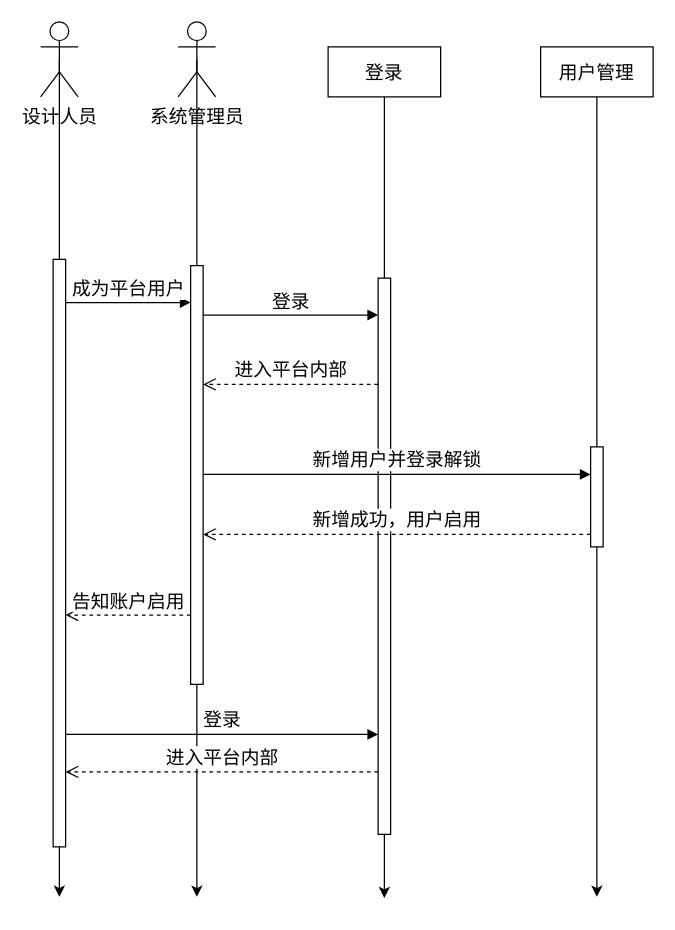
yuxinyu12345/diagrams keeps this draw.io diagram as 设计人员成为系统用户时序图.drawio. Above is the earlier version. Source tidied: cells renumbered, new cells numbered last; positions are measured from the earlier drawing's top-left corner, leaving out a move shared by most shapes. Both pictures are drawn from the tidied source at 125%, with x=0, y=0 at pixel (40, 21).
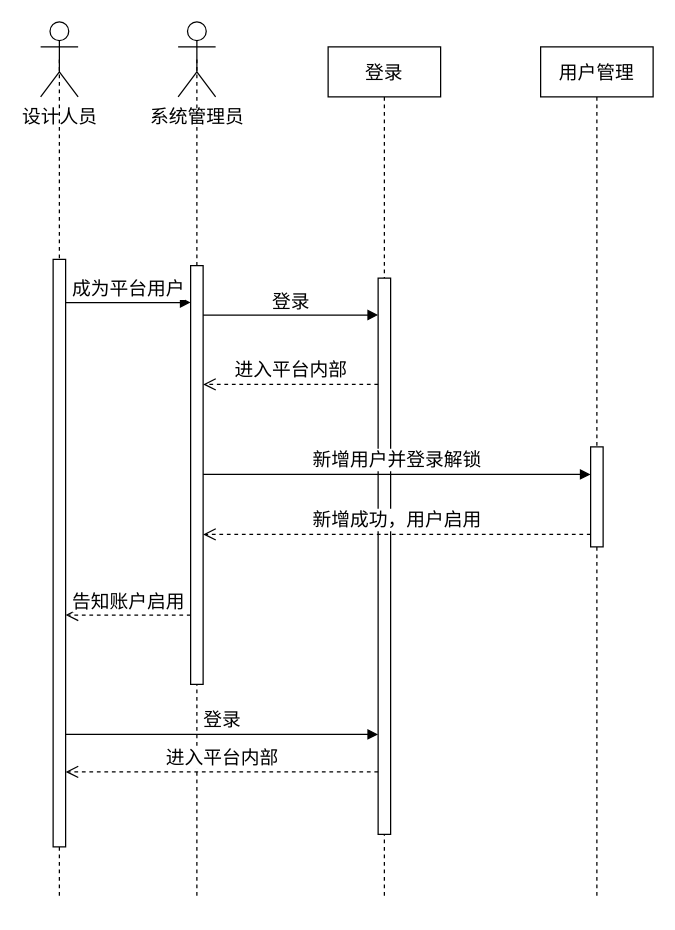
The same page after the edit.

Commit message (it also covers changes not shown here):
更新设计人员成为系统用户时序图.drawio

The change refers to these unchanged cells:
```xml
<mxCell id="3" value="系统管理员" style="shape=umlActor;verticalLabelPosition=bottom;verticalAlign=top;html=1;outlineConnect=0;fontSize=15;" parent="1" vertex="1">
  <mxGeometry x="110" width="30" height="60" as="geometry" />
</mxCell>
<mxCell id="5" value="设计人员" style="shape=umlActor;verticalLabelPosition=bottom;verticalAlign=top;html=1;outlineConnect=0;fontSize=15;" parent="1" vertex="1">
  <mxGeometry width="30" height="60" as="geometry" />
</mxCell>
<mxCell id="7" value="登录" style="rounded=0;whiteSpace=wrap;html=1;fontSize=15;" parent="1" vertex="1">
  <mxGeometry x="230" y="20" width="90" height="40" as="geometry" />
</mxCell>
<mxCell id="9" value="用户管理" style="rounded=0;whiteSpace=wrap;html=1;fontSize=15;" parent="1" vertex="1">
  <mxGeometry x="400" y="20" width="90" height="40" as="geometry" />
</mxCell>
```

Diff of the diagram source:
```diff
@@
-    <mxCell id="2" style="edgeStyle=orthogonalEdgeStyle;rounded=0;jettySize=auto;html=1;exitX=0.5;exitY=0.5;exitDx=0;exitDy=0;exitPerimeter=0;" parent="1" edge="1" source="3">
+    <mxCell id="2" style="edgeStyle=orthogonalEdgeStyle;rounded=0;jettySize=auto;html=1;exitX=0.5;exitY=0.5;exitDx=0;exitDy=0;exitPerimeter=0;dashed=1;endArrow=none;endFill=0;" parent="1" edge="1" source="3">
       <mxGeometry relative="1" as="geometry">
         <mxPoint x="125" y="700" as="targetPoint" />
       </mxGeometry>
     </mxCell>
@@
-    <mxCell id="4" style="edgeStyle=orthogonalEdgeStyle;rounded=0;jettySize=auto;html=1;exitX=0.5;exitY=0.5;exitDx=0;exitDy=0;exitPerimeter=0;" parent="1" edge="1" source="5">
+    <mxCell id="4" style="edgeStyle=orthogonalEdgeStyle;rounded=0;jettySize=auto;html=1;exitX=0.5;exitY=0.5;exitDx=0;exitDy=0;exitPerimeter=0;dashed=1;endArrow=none;endFill=0;" parent="1" edge="1" source="5">
       <mxGeometry relative="1" as="geometry">
         <mxPoint x="15" y="700" as="targetPoint" />
       </mxGeometry>
     </mxCell>
@@
-    <mxCell id="6" style="edgeStyle=orthogonalEdgeStyle;rounded=0;jettySize=auto;html=1;exitX=0.5;exitY=1;exitDx=0;exitDy=0;" parent="1" edge="1" source="7">
+    <mxCell id="6" style="edgeStyle=orthogonalEdgeStyle;rounded=0;jettySize=auto;html=1;exitX=0.5;exitY=1;exitDx=0;exitDy=0;endArrow=none;endFill=0;dashed=1;" parent="1" edge="1" source="7">
       <mxGeometry relative="1" as="geometry">
         <mxPoint x="275" y="701" as="targetPoint" />
       </mxGeometry>
     </mxCell>
@@
-    <mxCell id="8" style="edgeStyle=orthogonalEdgeStyle;rounded=0;jettySize=auto;html=1;exitX=0.5;exitY=1;exitDx=0;exitDy=0;" parent="1" edge="1" source="9">
+    <mxCell id="8" style="edgeStyle=orthogonalEdgeStyle;rounded=0;jettySize=auto;html=1;exitX=0.5;exitY=1;exitDx=0;exitDy=0;dashed=1;endArrow=none;endFill=0;" parent="1" edge="1" source="9">
       <mxGeometry relative="1" as="geometry">
         <mxPoint x="445" y="700" as="targetPoint" />
       </mxGeometry>
     </mxCell>
```
